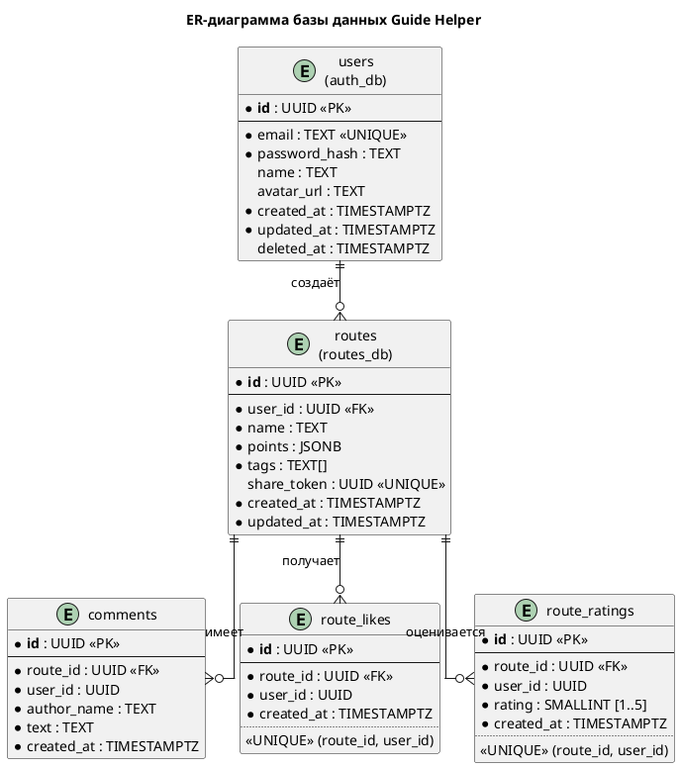
This is doc/latex/images/er-diagram.png from jaennil/guide_helper, a PlantUML export, as it was before one commit.
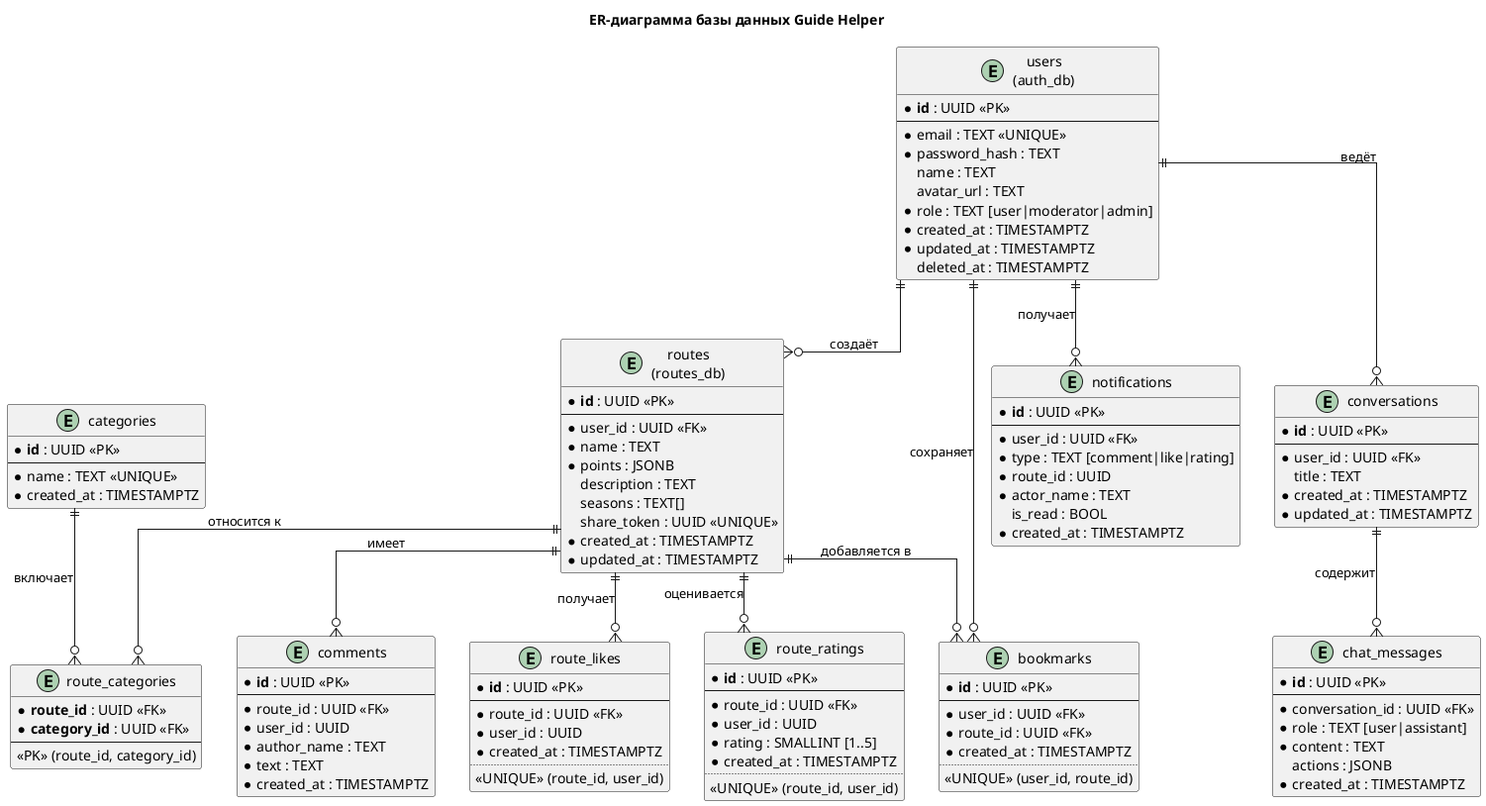
Later version of the same file.

What changed in the source:
```diff
@@ -11,6 +11,7 @@
   * password_hash : TEXT
     name : TEXT
     avatar_url : TEXT
+  * role : TEXT [user|moderator|admin]
   * created_at : TIMESTAMPTZ
   * updated_at : TIMESTAMPTZ
     deleted_at : TIMESTAMPTZ
@@ -22,10 +23,25 @@
   * user_id : UUID <<FK>>
   * name : TEXT
   * points : JSONB
-  * tags : TEXT[]
+    description : TEXT
+    seasons : TEXT[]
     share_token : UUID <<UNIQUE>>
   * created_at : TIMESTAMPTZ
   * updated_at : TIMESTAMPTZ
+}
+
+entity "categories" as categories {
+  * **id** : UUID <<PK>>
+  --
+  * name : TEXT <<UNIQUE>>
+  * created_at : TIMESTAMPTZ
+}
+
+entity "route_categories" as route_categories {
+  * **route_id** : UUID <<FK>>
+  * **category_id** : UUID <<FK>>
+  --
+  <<PK>> (route_id, category_id)
 }
 
 entity "comments" as comments {
@@ -59,9 +75,56 @@
   <<UNIQUE>> (route_id, user_id)
 }
 
+entity "bookmarks" as bookmarks {
+  * **id** : UUID <<PK>>
+  --
+  * user_id : UUID <<FK>>
+  * route_id : UUID <<FK>>
+  * created_at : TIMESTAMPTZ
+  ..
+  <<UNIQUE>> (user_id, route_id)
+}
+
+entity "notifications" as notifications {
+  * **id** : UUID <<PK>>
+  --
+  * user_id : UUID <<FK>>
+  * type : TEXT [comment|like|rating]
+  * route_id : UUID
+  * actor_name : TEXT
+    is_read : BOOL
+  * created_at : TIMESTAMPTZ
+}
+
+entity "conversations" as conversations {
+  * **id** : UUID <<PK>>
+  --
+  * user_id : UUID <<FK>>
+    title : TEXT
+  * created_at : TIMESTAMPTZ
+  * updated_at : TIMESTAMPTZ
+}
+
+entity "chat_messages" as chat_messages {
+  * **id** : UUID <<PK>>
+  --
+  * conversation_id : UUID <<FK>>
+  * role : TEXT [user|assistant]
+  * content : TEXT
+    actions : JSONB
+  * created_at : TIMESTAMPTZ
+}
+
 users ||--o{ routes : "создаёт"
 routes ||--o{ comments : "имеет"
 routes ||--o{ likes : "получает"
 routes ||--o{ ratings : "оценивается"
+routes ||--o{ route_categories : "относится к"
+categories ||--o{ route_categories : "включает"
+users ||--o{ bookmarks : "сохраняет"
+routes ||--o{ bookmarks : "добавляется в"
+users ||--o{ notifications : "получает"
+users ||--o{ conversations : "ведёт"
+conversations ||--o{ chat_messages : "содержит"
 
 @enduml
```
